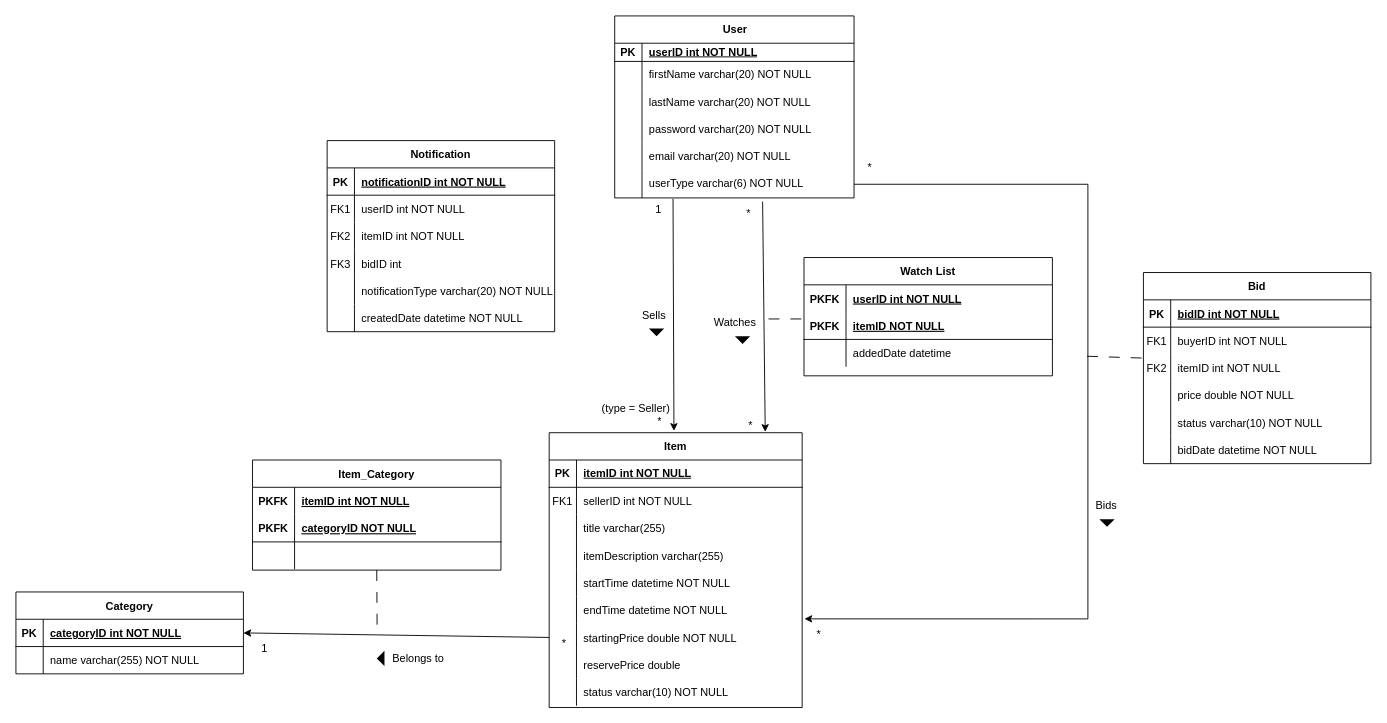
Above: Soran_ER_Diagram.drawio in AnTienHuang/COMP0178 (draw.io), before the change. Source tidied: cells renumbered, new cells numbered last; positions are measured from the earlier drawing's top-left corner, leaving out a move shared by most shapes. Both pictures are drawn from the tidied source at 91%, with x=0, y=0 at pixel (15, 15).
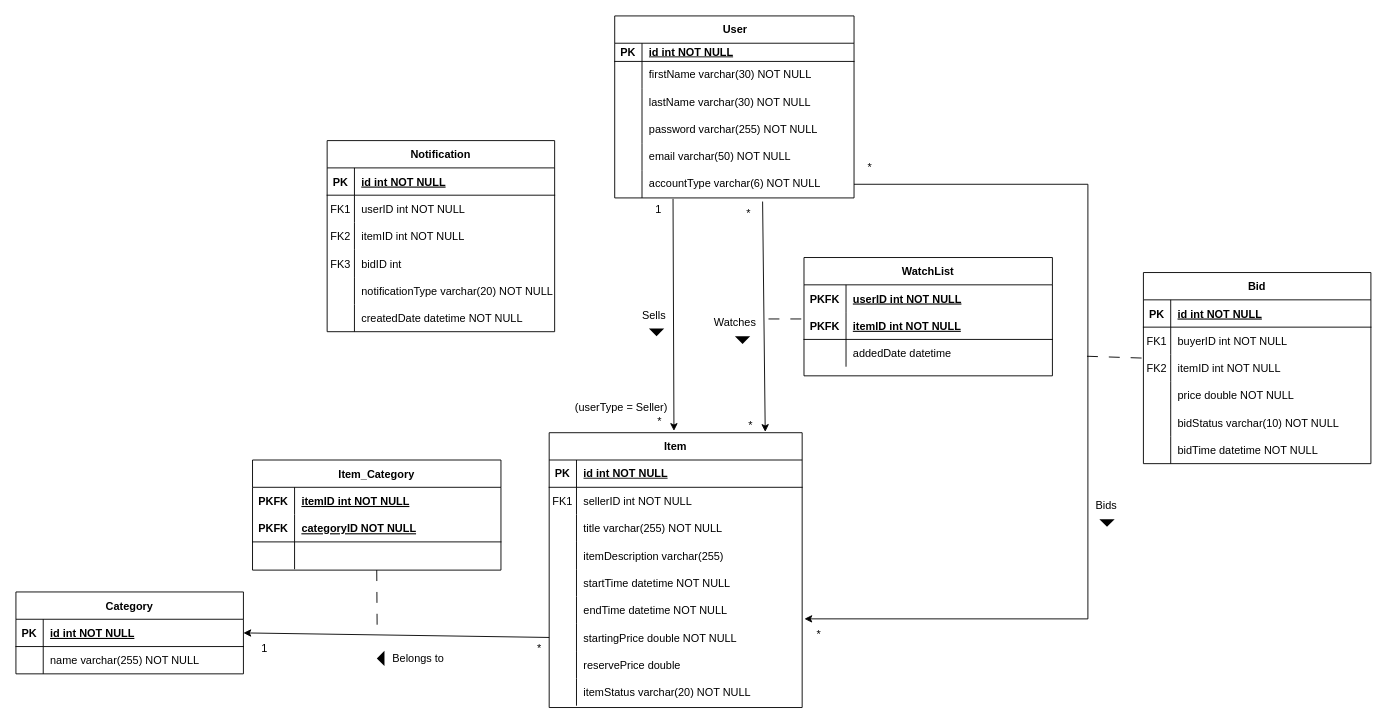
Above is the later version.

Unchanged cells that the change refers to:
```xml
<mxCell id="4" style="shape=tableRow;horizontal=0;startSize=0;swimlaneHead=0;swimlaneBody=0;fillColor=none;top=0;left=0;right=0;bottom=1;" parent="3" vertex="1">
  <mxGeometry y="30" width="263" height="20" as="geometry" />
</mxCell>
<mxCell id="7" style="shape=tableRow;horizontal=0;startSize=0;swimlaneHead=0;swimlaneBody=0;fillColor=none;top=0;left=0;right=0;bottom=0;" parent="3" vertex="1">
  <mxGeometry y="50" width="263" height="30" as="geometry" />
</mxCell>
<mxCell id="10" style="shape=tableRow;horizontal=0;startSize=0;swimlaneHead=0;swimlaneBody=0;fillColor=none;top=0;left=0;right=0;bottom=0;" parent="3" vertex="1">
  <mxGeometry y="80" width="263" height="30" as="geometry" />
</mxCell>
<mxCell id="13" style="shape=tableRow;horizontal=0;startSize=0;swimlaneHead=0;swimlaneBody=0;fillColor=none;top=0;left=0;right=0;bottom=0;" parent="3" vertex="1">
  <mxGeometry y="110" width="263" height="30" as="geometry" />
</mxCell>
<mxCell id="16" style="shape=tableRow;horizontal=0;startSize=0;swimlaneHead=0;swimlaneBody=0;fillColor=none;top=0;left=0;right=0;bottom=0;" parent="3" vertex="1">
  <mxGeometry y="140" width="263" height="30" as="geometry" />
</mxCell>
<mxCell id="19" style="shape=tableRow;horizontal=0;startSize=0;swimlaneHead=0;swimlaneBody=0;fillColor=none;points=[[0,0.5],[1,0.5]];portConstraint=eastwest;top=0;left=0;right=0;bottom=0;" parent="3" vertex="1">
  <mxGeometry y="170" width="263" height="30" as="geometry" />
</mxCell>
<mxCell id="24" style="shape=partialRectangle;fillColor=none;top=0;left=0;right=0;bottom=1;" parent="23" vertex="1">
  <mxGeometry y="30" width="250" height="30" as="geometry" />
</mxCell>
<mxCell id="36" style="shape=partialRectangle;fillColor=none;top=0;left=0;right=0;bottom=0;" parent="23" vertex="1">
  <mxGeometry y="150" width="250" height="30" as="geometry" />
</mxCell>
<mxCell id="39" style="shape=partialRectangle;fillColor=none;top=0;left=0;right=0;bottom=0;" parent="23" vertex="1">
  <mxGeometry y="180" width="250" height="30" as="geometry" />
</mxCell>
<mxCell id="45" style="shape=tableRow;horizontal=0;startSize=0;swimlaneHead=0;swimlaneBody=0;fillColor=none;top=0;left=0;right=0;bottom=1;" parent="44" vertex="1">
  <mxGeometry y="30" width="278" height="30" as="geometry" />
</mxCell>
<mxCell id="51" style="shape=partialRectangle;fillColor=none;top=0;left=0;right=0;bottom=0;" parent="44" vertex="1">
  <mxGeometry y="90" width="278" height="30" as="geometry" />
</mxCell>
<mxCell id="69" style="shape=partialRectangle;fillColor=none;top=0;left=0;right=0;bottom=0;" parent="44" vertex="1">
  <mxGeometry y="270" width="278" height="30" as="geometry" />
</mxCell>
<mxCell id="88" style="shape=partialRectangle;fillColor=none;points=[[0,0.5],[1,0.5]];portConstraint=eastwest;top=0;left=0;right=0;bottom=1;" parent="84" vertex="1">
  <mxGeometry y="60" width="273" height="30" as="geometry" />
</mxCell>
<mxCell id="107" style="shape=partialRectangle;fillColor=none;points=[[0,0.5],[1,0.5]];portConstraint=eastwest;top=0;left=0;right=0;bottom=1;" parent="106" vertex="1">
  <mxGeometry y="30" width="250" height="30" as="geometry" />
</mxCell>
<mxCell id="120" style="shape=partialRectangle;fillColor=none;top=0;left=0;right=0;bottom=1;" parent="119" vertex="1">
  <mxGeometry y="30" width="250" height="30" as="geometry" />
</mxCell>
```

Diff of the diagram source:
```diff
@@
-    <mxCell id="6" value="userID int NOT NULL" style="shape=partialRectangle;fillColor=none;top=0;left=0;bottom=0;right=0;align=left;spacingLeft=6;fontStyle=5;overflow=hidden;whiteSpace=wrap;html=1;" parent="4" vertex="1">
+    <mxCell id="6" value="id int NOT NULL" style="shape=partialRectangle;fillColor=none;top=0;left=0;bottom=0;right=0;align=left;spacingLeft=6;fontStyle=5;overflow=hidden;whiteSpace=wrap;html=1;" parent="4" vertex="1">
       <mxGeometry x="30" width="233" height="20" as="geometry" />
     </mxCell>
@@
-    <mxCell id="9" value="firstName varchar(20) NOT NULL" style="shape=partialRectangle;fillColor=none;top=0;left=0;bottom=0;right=0;align=left;spacingLeft=6;overflow=hidden;whiteSpace=wrap;html=1;" parent="7" vertex="1">
+    <mxCell id="9" value="firstName varchar(30) NOT NULL" style="shape=partialRectangle;fillColor=none;top=0;left=0;bottom=0;right=0;align=left;spacingLeft=6;overflow=hidden;whiteSpace=wrap;html=1;" parent="7" vertex="1">
       <mxGeometry x="30" width="233" height="30" as="geometry" />
     </mxCell>
@@
-    <mxCell id="12" value="lastName varchar(20) NOT NULL" style="shape=partialRectangle;fillColor=none;top=0;left=0;bottom=0;right=0;align=left;spacingLeft=6;overflow=hidden;whiteSpace=wrap;html=1;" parent="10" vertex="1">
+    <mxCell id="12" value="lastName varchar(30) NOT NULL" style="shape=partialRectangle;fillColor=none;top=0;left=0;bottom=0;right=0;align=left;spacingLeft=6;overflow=hidden;whiteSpace=wrap;html=1;" parent="10" vertex="1">
       <mxGeometry x="30" width="233" height="30" as="geometry" />
     </mxCell>
@@
-    <mxCell id="15" value="password varchar(20) NOT NULL" style="shape=partialRectangle;fillColor=none;top=0;left=0;bottom=0;right=0;align=left;spacingLeft=6;overflow=hidden;whiteSpace=wrap;html=1;" parent="13" vertex="1">
+    <mxCell id="15" value="password varchar(255) NOT NULL" style="shape=partialRectangle;fillColor=none;top=0;left=0;bottom=0;right=0;align=left;spacingLeft=6;overflow=hidden;whiteSpace=wrap;html=1;" parent="13" vertex="1">
       <mxGeometry x="30" width="233" height="30" as="geometry" />
     </mxCell>
@@
-    <mxCell id="18" value="email varchar(20) NOT NULL" style="shape=partialRectangle;fillColor=none;top=0;left=0;bottom=0;right=0;align=left;spacingLeft=6;overflow=hidden;whiteSpace=wrap;html=1;" parent="16" vertex="1">
+    <mxCell id="18" value="email varchar(50) NOT NULL" style="shape=partialRectangle;fillColor=none;top=0;left=0;bottom=0;right=0;align=left;spacingLeft=6;overflow=hidden;whiteSpace=wrap;html=1;" parent="16" vertex="1">
       <mxGeometry x="30" width="233" height="30" as="geometry" />
     </mxCell>
@@
-    <mxCell id="21" value="userType varchar(6) NOT NULL" style="shape=partialRectangle;fillColor=none;top=0;left=0;bottom=0;right=0;align=left;spacingLeft=6;overflow=hidden;whiteSpace=wrap;html=1;" parent="19" vertex="1">
+    <mxCell id="21" value="accountType varchar(6) NOT NULL" style="shape=partialRectangle;fillColor=none;top=0;left=0;bottom=0;right=0;align=left;spacingLeft=6;overflow=hidden;whiteSpace=wrap;html=1;" parent="19" vertex="1">
       <mxGeometry x="30" width="233" height="30" as="geometry" />
     </mxCell>
@@
-    <mxCell id="26" value="bidID int NOT NULL " style="shape=partialRectangle;overflow=hidden;fillColor=none;top=0;left=0;bottom=0;right=0;align=left;spacingLeft=6;fontStyle=5;" parent="24" vertex="1">
+    <mxCell id="26" value="id int NOT NULL " style="shape=partialRectangle;overflow=hidden;fillColor=none;top=0;left=0;bottom=0;right=0;align=left;spacingLeft=6;fontStyle=5;" parent="24" vertex="1">
       <mxGeometry x="30" width="220" height="30" as="geometry" />
     </mxCell>
@@
-    <mxCell id="38" value="status varchar(10) NOT NULL" style="shape=partialRectangle;overflow=hidden;fillColor=none;top=0;left=0;bottom=0;right=0;align=left;spacingLeft=6;" parent="36" vertex="1">
+    <mxCell id="38" value="bidStatus varchar(10) NOT NULL" style="shape=partialRectangle;overflow=hidden;fillColor=none;top=0;left=0;bottom=0;right=0;align=left;spacingLeft=6;" parent="36" vertex="1">
       <mxGeometry x="30" width="220" height="30" as="geometry" />
     </mxCell>
@@
-    <mxCell id="41" value="bidDate datetime NOT NULL" style="shape=partialRectangle;overflow=hidden;fillColor=none;top=0;left=0;bottom=0;right=0;align=left;spacingLeft=6;" parent="39" vertex="1">
+    <mxCell id="41" value="bidTime datetime NOT NULL" style="shape=partialRectangle;overflow=hidden;fillColor=none;top=0;left=0;bottom=0;right=0;align=left;spacingLeft=6;" parent="39" vertex="1">
       <mxGeometry x="30" width="220" height="30" as="geometry" />
     </mxCell>
@@
-    <mxCell id="47" value="itemID int NOT NULL" style="shape=partialRectangle;fillColor=none;top=0;left=0;bottom=0;right=0;align=left;spacingLeft=6;fontStyle=5;overflow=hidden;whiteSpace=wrap;html=1;" parent="45" vertex="1">
+    <mxCell id="47" value="id int NOT NULL" style="shape=partialRectangle;fillColor=none;top=0;left=0;bottom=0;right=0;align=left;spacingLeft=6;fontStyle=5;overflow=hidden;whiteSpace=wrap;html=1;" parent="45" vertex="1">
       <mxGeometry x="30" width="248" height="30" as="geometry" />
     </mxCell>
@@
-    <mxCell id="53" value="title varchar(255)" style="shape=partialRectangle;overflow=hidden;fillColor=none;top=0;left=0;bottom=0;right=0;align=left;spacingLeft=6;" parent="51" vertex="1">
+    <mxCell id="53" value="title varchar(255) NOT NULL" style="shape=partialRectangle;overflow=hidden;fillColor=none;top=0;left=0;bottom=0;right=0;align=left;spacingLeft=6;" parent="51" vertex="1">
       <mxGeometry x="30" width="248" height="30" as="geometry" />
     </mxCell>
@@
-    <mxCell id="71" value="status varchar(10) NOT NULL" style="shape=partialRectangle;overflow=hidden;fillColor=none;top=0;left=0;bottom=0;right=0;align=left;spacingLeft=6;" parent="69" vertex="1">
+    <mxCell id="71" value="itemStatus varchar(20) NOT NULL" style="shape=partialRectangle;overflow=hidden;fillColor=none;top=0;left=0;bottom=0;right=0;align=left;spacingLeft=6;" parent="69" vertex="1">
       <mxGeometry x="30" width="248" height="30" as="geometry" />
     </mxCell>
@@
-    <mxCell id="84" value="Watch List" style="shape=table;startSize=30;childLayout=tableLayout;rowLines=0;fontStyle=1;align=center;" parent="1" vertex="1">
+    <mxCell id="84" value="WatchList" style="shape=table;startSize=30;childLayout=tableLayout;rowLines=0;fontStyle=1;align=center;" parent="1" vertex="1">
       <mxGeometry x="866" y="265.5" width="273" height="130" as="geometry" />
     </mxCell>
@@
-    <mxCell id="90" value="itemID NOT NULL" style="shape=partialRectangle;overflow=hidden;fillColor=none;top=0;left=0;bottom=0;right=0;align=left;spacingLeft=6;fontStyle=5;" parent="88" vertex="1">
+    <mxCell id="90" value="itemID int NOT NULL" style="shape=partialRectangle;overflow=hidden;fillColor=none;top=0;left=0;bottom=0;right=0;align=left;spacingLeft=6;fontStyle=5;" parent="88" vertex="1">
       <mxGeometry x="46.2" width="226.8" height="30" as="geometry" />
     </mxCell>
@@
-    <mxCell id="95" value="(type = Seller)" style="text;html=1;align=center;verticalAlign=middle;strokeColor=none;fillColor=none;" parent="1" vertex="1">
-      <mxGeometry x="634" y="419" width="93" height="26" as="geometry" />
+    <mxCell id="95" value="(userType = Seller)" style="text;html=1;align=center;verticalAlign=middle;strokeColor=none;fillColor=none;" parent="1" vertex="1">
+      <mxGeometry x="605" y="418" width="120" height="26" as="geometry" />
     </mxCell>
@@
-    <mxCell id="109" value="categoryID int NOT NULL " style="shape=partialRectangle;overflow=hidden;fillColor=none;top=0;left=0;bottom=0;right=0;align=left;spacingLeft=6;fontStyle=5;" parent="107" vertex="1">
+    <mxCell id="109" value="id int NOT NULL " style="shape=partialRectangle;overflow=hidden;fillColor=none;top=0;left=0;bottom=0;right=0;align=left;spacingLeft=6;fontStyle=5;" parent="107" vertex="1">
       <mxGeometry x="30" width="220" height="30" as="geometry" />
     </mxCell>
@@
     <mxCell id="116" value="*" style="text;html=1;align=center;verticalAlign=middle;strokeColor=none;fillColor=none;" parent="1" vertex="1">
-      <mxGeometry x="590" y="677" width="23" height="26" as="geometry" />
+      <mxGeometry x="563" y="683" width="23" height="26" as="geometry" />
     </mxCell>
@@
-    <mxCell id="122" value="notificationID int NOT NULL" style="shape=partialRectangle;overflow=hidden;fillColor=none;top=0;left=0;bottom=0;right=0;align=left;spacingLeft=6;fontStyle=5;" parent="120" vertex="1">
+    <mxCell id="122" value="id int NOT NULL" style="shape=partialRectangle;overflow=hidden;fillColor=none;top=0;left=0;bottom=0;right=0;align=left;spacingLeft=6;fontStyle=5;" parent="120" vertex="1">
       <mxGeometry x="30" width="220" height="30" as="geometry" />
     </mxCell>
```
